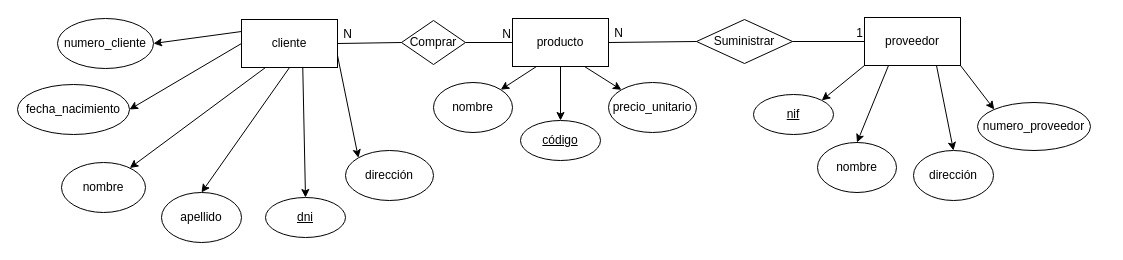
This is ejercicio 1 DER.drawio from Kevchuuu/Base-de-datos-, a draw.io file, before an edit. Source tidied: cells renumbered, new cells numbered last; positions are measured from the earlier drawing's top-left corner, leaving out a move shared by most shapes. Both pictures are drawn from the tidied source at 100%, with x=0, y=0 at pixel (17, 17).
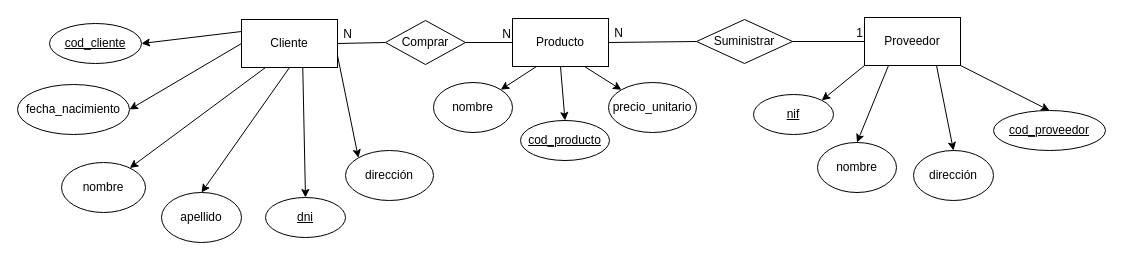
The same page after the edit.

Diff of the diagram source:
```diff
@@
-    <mxCell id="2" value="cliente" style="rounded=0;whiteSpace=wrap;html=1;" parent="1" vertex="1">
+    <mxCell id="2" value="Cliente" style="rounded=0;whiteSpace=wrap;html=1;" parent="1" vertex="1">
       <mxGeometry x="224" y="2" width="96" height="48" as="geometry" />
     </mxCell>
@@
-    <mxCell id="7" value="numero_cliente" style="ellipse;whiteSpace=wrap;html=1;" parent="1" vertex="1">
-      <mxGeometry x="40" y="1" width="96" height="50" as="geometry" />
-    </mxCell>
-    <mxCell id="8" style="endArrow=classic;html=1;rounded=0;entryX=1;entryY=0.5;entryDx=0;entryDy=0;exitX=0;exitY=0.25;exitDx=0;exitDy=0;" parent="1" edge="1" source="2" target="7">
+    <mxCell id="8" style="endArrow=classic;html=1;rounded=0;entryX=1;entryY=0.5;entryDx=0;entryDy=0;exitX=0;exitY=0.25;exitDx=0;exitDy=0;" parent="1" edge="1" source="2" target="41">
       <mxGeometry relative="1" as="geometry" />
     </mxCell>
@@
-    <mxCell id="14" value="producto" style="rounded=0;whiteSpace=wrap;html=1;" parent="1" vertex="1">
+    <mxCell id="14" value="Producto" style="rounded=0;whiteSpace=wrap;html=1;" parent="1" vertex="1">
       <mxGeometry x="495" y="1" width="96" height="48" as="geometry" />
     </mxCell>
@@
-    <mxCell id="20" value="proveedor" style="rounded=0;whiteSpace=wrap;html=1;" parent="1" vertex="1">
+    <mxCell id="20" value="Proveedor" style="rounded=0;whiteSpace=wrap;html=1;" parent="1" vertex="1">
       <mxGeometry x="847" width="96" height="48" as="geometry" />
     </mxCell>
@@
-    <mxCell id="23" value="numero_proveedor" style="ellipse;whiteSpace=wrap;html=1;" parent="1" vertex="1">
-      <mxGeometry x="960" y="85" width="113" height="48" as="geometry" />
-    </mxCell>
@@
-    <mxCell id="26" style="endArrow=classic;html=1;rounded=0;entryX=0;entryY=0;entryDx=0;entryDy=0;exitX=1;exitY=1;exitDx=0;exitDy=0;" parent="1" edge="1" source="20" target="23">
+    <mxCell id="26" style="endArrow=classic;html=1;rounded=0;entryX=0.5;entryY=0;entryDx=0;entryDy=0;exitX=1;exitY=1;exitDx=0;exitDy=0;" parent="1" edge="1" source="20" target="42">
       <mxGeometry relative="1" as="geometry" />
     </mxCell>
@@
-    <mxCell id="29" value="código" style="ellipse;whiteSpace=wrap;html=1;align=center;fontStyle=4;" parent="1" vertex="1">
-      <mxGeometry x="503" y="103" width="80" height="40" as="geometry" />
+    <mxCell id="29" value="cod_producto" style="ellipse;whiteSpace=wrap;html=1;align=center;fontStyle=4;" parent="1" vertex="1">
+      <mxGeometry x="503" y="103" width="89" height="40" as="geometry" />
     </mxCell>
     <mxCell id="30" value="Comprar" style="shape=rhombus;perimeter=rhombusPerimeter;whiteSpace=wrap;html=1;align=center;" parent="1" vertex="1">
-      <mxGeometry x="384" y="3" width="64" height="44" as="geometry" />
+      <mxGeometry x="368" y="3" width="80" height="44" as="geometry" />
     </mxCell>
@@
+    <mxCell id="41" value="cod_cliente" style="ellipse;whiteSpace=wrap;html=1;align=center;fontStyle=4;" parent="1" vertex="1">
+      <mxGeometry x="32" y="6" width="92" height="40" as="geometry" />
+    </mxCell>
+    <mxCell id="42" value="cod_proveedor" style="ellipse;whiteSpace=wrap;html=1;align=center;fontStyle=4;" parent="1" vertex="1">
+      <mxGeometry x="976" y="93" width="112" height="40" as="geometry" />
+    </mxCell>
```
